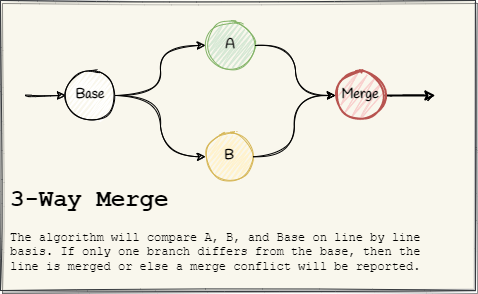
braboj/tutorial-git keeps this draw.io diagram as Assets/images/git-merge-3-way-concept.png. Above is the earlier version. Source tidied: cells renumbered, new cells last; positions are measured from the earlier drawing's top-left corner, leaving out a move shared by most shapes.
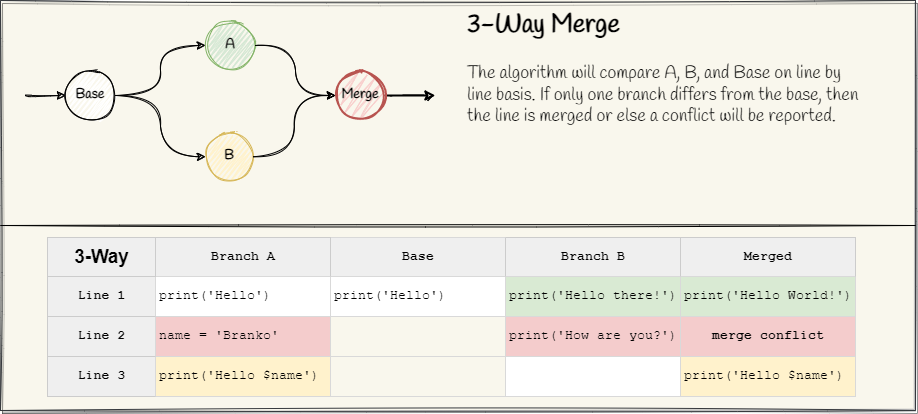
Later version of the same file.

The edit, as a diff of the source:
```diff
@@ -3,11 +3,8 @@
     <mxCell id="0" />
     <mxCell id="1" parent="0" />
     <mxCell id="2" style="rounded=0;whiteSpace=wrap;html=1;sketch=1;fillStyle=solid;fontFamily=Lucida Console;strokeColor=#36393d;fillColor=#f9f7ed;shadow=1;" parent="1" vertex="1">
-      <mxGeometry width="475" height="290" as="geometry" />
+      <mxGeometry width="915" height="410" as="geometry" />
     </mxCell>
-    <mxCell id="3" value="&lt;h1&gt;3-Way Merge&lt;/h1&gt;&lt;p&gt;The algorithm will compare A, B, and Base on line by line basis. If only one branch differs from the base, then the line is merged or else a merge conflict will be reported.&lt;/p&gt;" style="text;html=1;strokeColor=none;fillColor=none;spacing=5;spacingTop=-20;whiteSpace=wrap;overflow=hidden;rounded=0;shadow=0;fontFamily=Courier New;" parent="1" vertex="1">
-      <mxGeometry x="5" y="180" width="440" height="100" as="geometry" />
-    </mxCell>
     <mxCell id="4" style="edgeStyle=orthogonalEdgeStyle;rounded=0;jettySize=auto;html=1;sketch=1;curved=1;" parent="1" edge="1" target="5">
       <mxGeometry relative="1" as="geometry">
         <mxPoint x="25" y="95" as="sourcePoint" />
@@ -42,5 +39,20 @@
     <mxCell id="13" style="edgeStyle=orthogonalEdgeStyle;curved=1;sketch=1;jettySize=auto;html=1;fontFamily=Lucida Console;fontSize=14;" parent="1" edge="1" source="9" target="12">
       <mxGeometry relative="1" as="geometry" />
     </mxCell>
+    <mxCell id="14" value="&lt;table cellspacing=&quot;0&quot; cellpadding=&quot;0&quot; dir=&quot;ltr&quot; style=&quot;table-layout: fixed ; font-size: 10pt ; font-family: &amp;quot;arial&amp;quot; ; width: 0px&quot;&gt;&lt;colgroup&gt;&lt;col width=&quot;109&quot;&gt;&lt;col width=&quot;175&quot;&gt;&lt;col width=&quot;175&quot;&gt;&lt;col width=&quot;175&quot;&gt;&lt;col width=&quot;175&quot;&gt;&lt;/colgroup&gt;&lt;tbody&gt;&lt;tr style=&quot;height: 40px&quot;&gt;&lt;td style=&quot;border-top: 1px solid #cccccc ; border-right: 1px solid #cccccc ; border-bottom: 1px solid #cccccc ; border-left: 1px solid #cccccc ; overflow: hidden ; padding: 2px 3px 2px 3px ; vertical-align: middle ; background-color: #efefef ; font-size: 14pt ; font-weight: bold ; text-align: center&quot;&gt;3-Way&lt;/td&gt;&lt;td style=&quot;border-top: 1px solid #cccccc ; border-right: 1px solid #cccccc ; border-bottom: 1px solid #d9d9d9 ; overflow: hidden ; padding: 2px 3px 2px 3px ; vertical-align: middle ; background-color: #efefef ; font-family: &amp;quot;courier new&amp;quot; ; font-weight: bold ; text-align: center&quot;&gt;Branch A&lt;/td&gt;&lt;td style=&quot;border-top: 1px solid #d9d9d9 ; border-right: 1px solid #cccccc ; border-bottom: 1px solid #d9d9d9 ; overflow: hidden ; padding: 2px 3px 2px 3px ; vertical-align: middle ; background-color: #efefef ; font-family: &amp;quot;courier new&amp;quot; ; font-weight: bold ; text-align: center&quot;&gt;Base&lt;/td&gt;&lt;td style=&quot;border-top: 1px solid #cccccc ; border-right: 1px solid #cccccc ; border-bottom: 1px solid #d9d9d9 ; overflow: hidden ; padding: 2px 3px 2px 3px ; vertical-align: middle ; background-color: #efefef ; font-family: &amp;quot;courier new&amp;quot; ; font-weight: bold ; text-align: center&quot;&gt;Branch B&lt;/td&gt;&lt;td style=&quot;border-top: 1px solid #cccccc ; border-right: 1px solid #cccccc ; border-bottom: 1px solid #d9d9d9 ; overflow: hidden ; padding: 2px 3px 2px 3px ; vertical-align: middle ; background-color: #efefef ; font-family: &amp;quot;courier new&amp;quot; ; font-weight: bold ; text-align: center&quot;&gt;Merged&lt;/td&gt;&lt;/tr&gt;&lt;tr style=&quot;height: 40px&quot;&gt;&lt;td style=&quot;border-right: 1px solid #d9d9d9 ; border-bottom: 1px solid #cccccc ; border-left: 1px solid #cccccc ; overflow: hidden ; padding: 2px 3px 2px 3px ; vertical-align: middle ; background-color: #efefef ; font-family: &amp;quot;courier new&amp;quot; ; font-weight: bold ; text-align: center&quot;&gt;Line 1&lt;/td&gt;&lt;td style=&quot;border-right: 1px solid #d9d9d9 ; border-bottom: 1px solid #d9d9d9 ; overflow: hidden ; padding: 2px 3px 2px 3px ; vertical-align: middle ; background-color: #ffffff ; font-family: &amp;quot;courier new&amp;quot; ; font-weight: normal&quot;&gt;print('Hello')&lt;/td&gt;&lt;td style=&quot;border-right: 1px solid #d9d9d9 ; border-bottom: 1px solid #d9d9d9 ; overflow: hidden ; padding: 2px 3px 2px 3px ; vertical-align: middle ; background-color: #ffffff ; font-family: &amp;quot;courier new&amp;quot; ; font-weight: normal&quot;&gt;print('Hello')&lt;/td&gt;&lt;td style=&quot;border-right: 1px solid #d9d9d9 ; border-bottom: 1px solid #d9d9d9 ; overflow: hidden ; padding: 2px 3px 2px 3px ; vertical-align: middle ; background-color: #d9ead3 ; font-family: &amp;quot;courier new&amp;quot; ; font-weight: normal&quot;&gt;print('Hello there!')&lt;/td&gt;&lt;td style=&quot;border-right: 1px solid #d9d9d9 ; border-bottom: 1px solid #d9d9d9 ; overflow: hidden ; padding: 2px 3px 2px 3px ; vertical-align: middle ; background-color: #d9ead3 ; font-family: &amp;quot;courier new&amp;quot; ; font-weight: normal&quot;&gt;print('Hello World!')&lt;/td&gt;&lt;/tr&gt;&lt;tr style=&quot;height: 40px&quot;&gt;&lt;td style=&quot;border-right: 1px solid #d9d9d9 ; border-bottom: 1px solid #cccccc ; border-left: 1px solid #cccccc ; overflow: hidden ; padding: 2px 3px 2px 3px ; vertical-align: middle ; background-color: #efefef ; font-family: &amp;quot;courier new&amp;quot; ; font-weight: bold ; text-align: center&quot;&gt;Line 2&lt;/td&gt;&lt;td style=&quot;border-right: 1px solid #d9d9d9 ; border-bottom: 1px solid #d9d9d9 ; overflow: hidden ; padding: 2px 3px 2px 3px ; vertical-align: middle ; background-color: #f4cccc ; font-family: &amp;quot;courier new&amp;quot; ; font-weight: normal&quot;&gt;name = 'Branko'&lt;/td&gt;&lt;td style=&quot;border-right: 1px solid #d9d9d9 ; border-bottom: 1px solid #d9d9d9 ; overflow: hidden ; padding: 2px 3px 2px 3px ; vertical-align: bottom&quot;&gt;&lt;/td&gt;&lt;td style=&quot;border-right: 1px solid #d9d9d9 ; border-bottom: 1px solid #d9d9d9 ; overflow: hidden ; padding: 2px 3px 2px 3px ; vertical-align: middle ; background-color: #f4cccc ; font-family: &amp;quot;courier new&amp;quot; ; font-weight: normal&quot;&gt;print('How are you?')&lt;/td&gt;&lt;td style=&quot;border-right: 1px solid #d9d9d9 ; border-bottom: 1px solid #d9d9d9 ; overflow: hidden ; padding: 2px 3px 2px 3px ; vertical-align: middle ; background-color: #f4cccc ; font-family: &amp;quot;courier new&amp;quot; ; font-weight: bold ; text-align: center&quot;&gt;merge conflict&lt;/td&gt;&lt;/tr&gt;&lt;tr style=&quot;height: 40px&quot;&gt;&lt;td style=&quot;border-right: 1px solid #d9d9d9 ; border-bottom: 1px solid #cccccc ; border-left: 1px solid #cccccc ; overflow: hidden ; padding: 2px 3px 2px 3px ; vertical-align: middle ; background-color: #efefef ; font-family: &amp;quot;courier new&amp;quot; ; font-weight: bold ; text-align: center&quot;&gt;Line 3&lt;/td&gt;&lt;td style=&quot;border-right: 1px solid #d9d9d9 ; border-bottom: 1px solid #d9d9d9 ; overflow: hidden ; padding: 2px 3px 2px 3px ; vertical-align: middle ; background-color: #fff2cc ; font-family: &amp;quot;courier new&amp;quot; ; font-weight: normal&quot;&gt;print('Hello $name')&lt;/td&gt;&lt;td style=&quot;border-right: 1px solid #d9d9d9 ; border-bottom: 1px solid #d9d9d9 ; overflow: hidden ; padding: 2px 3px 2px 3px ; vertical-align: bottom&quot;&gt;&lt;/td&gt;&lt;td style=&quot;border-right: 1px solid #d9d9d9 ; border-bottom: 1px solid #d9d9d9 ; overflow: hidden ; padding: 2px 3px 2px 3px ; vertical-align: bottom ; background-color: #ffffff&quot;&gt;&lt;/td&gt;&lt;td style=&quot;border-right: 1px solid #d9d9d9 ; border-bottom: 1px solid #d9d9d9 ; overflow: hidden ; padding: 2px 3px 2px 3px ; vertical-align: middle ; background-color: #fff2cc ; font-family: &amp;quot;courier new&amp;quot; ; font-weight: normal&quot;&gt;print('Hello $name')&lt;/td&gt;&lt;/tr&gt;&lt;/tbody&gt;&lt;/table&gt;" style="text;whiteSpace=wrap;html=1;" parent="1" vertex="1">
+      <mxGeometry x="45" y="230" width="815" height="180" as="geometry" />
+    </mxCell>
+    <mxCell id="15" style="endArrow=none;html=1;rounded=0;fontFamily=Handlee;fontSource=https%3A%2F%2Ffonts.googleapis.com%2Fcss%3Ffamily%3DHandlee;fontSize=15;exitX=0;exitY=0.5;exitDx=0;exitDy=0;sketch=1;" parent="1" edge="1">
+      <mxGeometry relative="1" as="geometry">
+        <mxPoint y="225" as="sourcePoint" />
+        <mxPoint x="915" y="225" as="targetPoint" />
+      </mxGeometry>
+    </mxCell>
+    <mxCell id="16" value="3-Way Merge" style="text;html=1;strokeColor=none;fillColor=none;align=left;verticalAlign=middle;whiteSpace=wrap;rounded=0;fontFamily=Handlee;fontSource=https%3A%2F%2Ffonts.googleapis.com%2Fcss%3Ffamily%3DHandlee;fontSize=26;fontStyle=1;" parent="1" vertex="1">
+      <mxGeometry x="465" y="10" width="240" height="30" as="geometry" />
+    </mxCell>
+    <mxCell id="17" value="&lt;span style=&quot;font-size: 18px;&quot;&gt;The algorithm will compare A, B, and Base on line by line basis. If only one branch differs from the base, then the line is merged or else a conflict will be reported.&lt;/span&gt;" style="text;html=1;strokeColor=none;fillColor=none;align=left;verticalAlign=middle;whiteSpace=wrap;rounded=0;fontFamily=Handlee;fontSource=https%3A%2F%2Ffonts.googleapis.com%2Fcss%3Ffamily%3DHandlee;fontSize=18;" parent="1" vertex="1">
+      <mxGeometry x="465" y="40" width="395" height="110" as="geometry" />
+    </mxCell>
   </root>
 </mxGraphModel>
```
